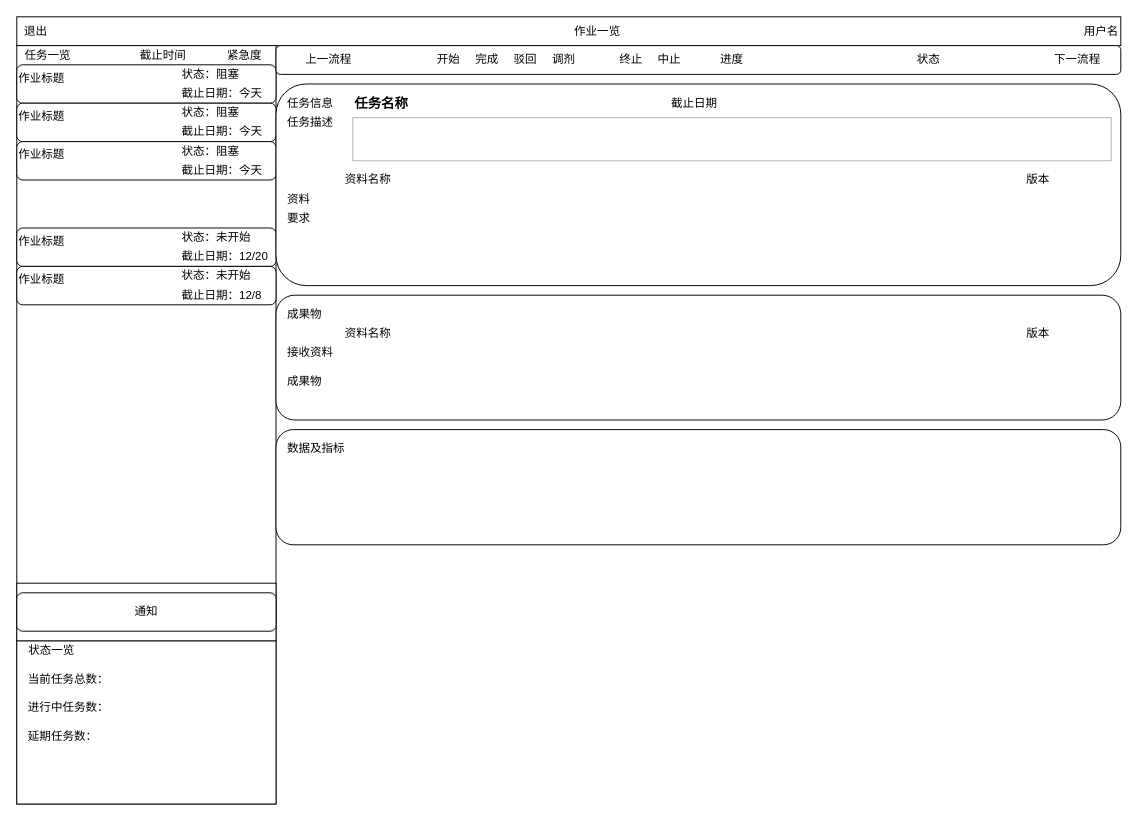
This is page "user-projects" (22 of 22) of project-in-action/software-develop-management-system/doc/design/ui/sdms.drawio from callistoctopus/project-all-in-one, a draw.io file, before an edit. Source tidied: cells renumbered, new cells numbered last; positions are measured from the earlier drawing's top-left corner, leaving out a move shared by most shapes. Both pictures are drawn from the tidied source at 96%, with x=0, y=0 at pixel (16, 16).
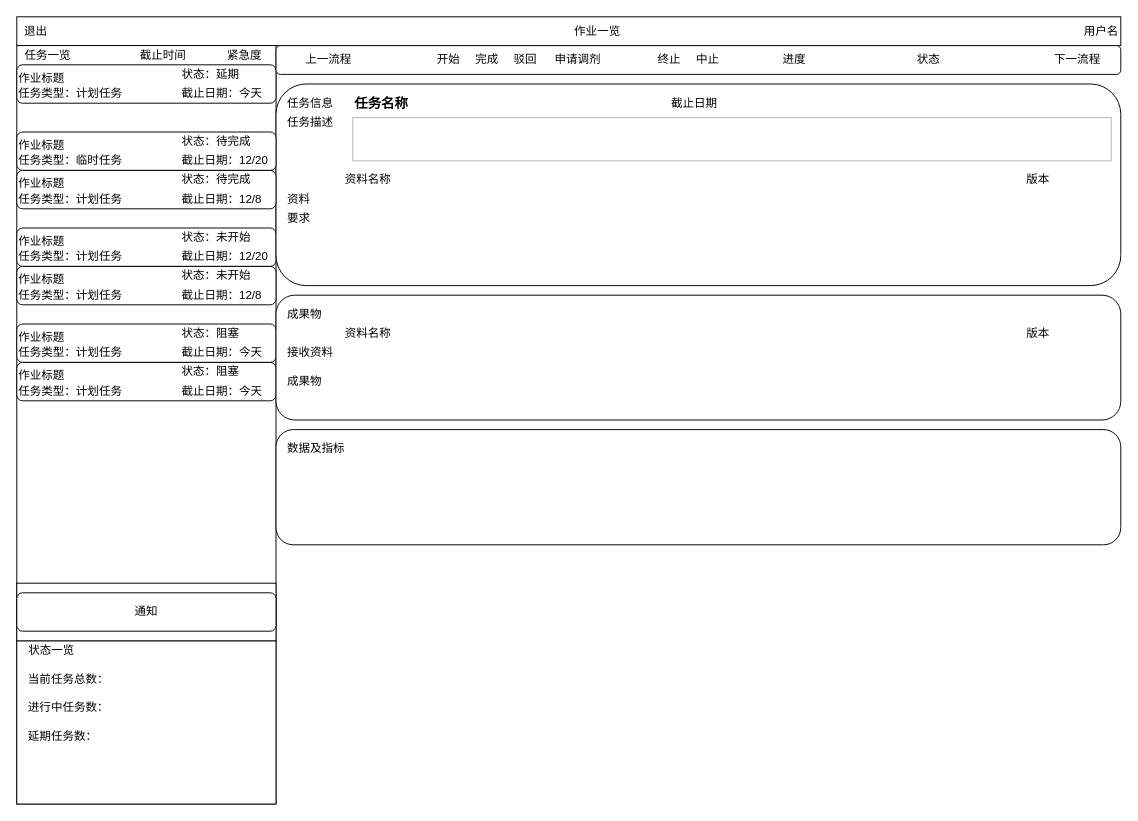
The same page after the edit.

What changed in the source:
```diff
@@
-    <mxCell id="9" value="状态：阻塞" style="text;html=1;strokeColor=none;fillColor=none;align=left;verticalAlign=middle;whiteSpace=wrap;rounded=0;" parent="1" vertex="1">
+    <mxCell id="9" value="状态：延期" style="text;html=1;strokeColor=none;fillColor=none;align=left;verticalAlign=middle;whiteSpace=wrap;rounded=0;" parent="1" vertex="1">
       <mxGeometry x="170" y="50" width="100" height="20" as="geometry" />
     </mxCell>
@@
     <mxCell id="11" style="rounded=1;whiteSpace=wrap;html=1;" parent="1" vertex="1">
-      <mxGeometry y="90" width="270" height="40" as="geometry" />
+      <mxGeometry y="320" width="270" height="40" as="geometry" />
     </mxCell>
     <mxCell id="12" value="截止日期：今天" style="text;html=1;strokeColor=none;fillColor=none;align=left;verticalAlign=middle;whiteSpace=wrap;rounded=0;" parent="1" vertex="1">
-      <mxGeometry x="170" y="110" width="100" height="20" as="geometry" />
+      <mxGeometry x="170" y="340" width="100" height="20" as="geometry" />
     </mxCell>
     <mxCell id="13" value="状态：阻塞" style="text;html=1;strokeColor=none;fillColor=none;align=left;verticalAlign=middle;whiteSpace=wrap;rounded=0;" parent="1" vertex="1">
-      <mxGeometry x="170" y="90" width="100" height="20" as="geometry" />
+      <mxGeometry x="170" y="320" width="100" height="20" as="geometry" />
     </mxCell>
     <mxCell id="14" value="作业标题" style="text;html=1;strokeColor=none;fillColor=none;align=left;verticalAlign=top;whiteSpace=wrap;rounded=0;" parent="1" vertex="1">
-      <mxGeometry y="90" width="160" height="40" as="geometry" />
+      <mxGeometry y="320" width="160" height="40" as="geometry" />
     </mxCell>
     <mxCell id="15" style="rounded=1;whiteSpace=wrap;html=1;" parent="1" vertex="1">
-      <mxGeometry y="130" width="270" height="40" as="geometry" />
+      <mxGeometry y="360" width="270" height="40" as="geometry" />
     </mxCell>
     <mxCell id="16" value="截止日期：今天" style="text;html=1;strokeColor=none;fillColor=none;align=left;verticalAlign=middle;whiteSpace=wrap;rounded=0;" parent="1" vertex="1">
-      <mxGeometry x="170" y="150" width="100" height="20" as="geometry" />
+      <mxGeometry x="170" y="380" width="100" height="20" as="geometry" />
     </mxCell>
     <mxCell id="17" value="状态：阻塞" style="text;html=1;strokeColor=none;fillColor=none;align=left;verticalAlign=middle;whiteSpace=wrap;rounded=0;" parent="1" vertex="1">
-      <mxGeometry x="170" y="130" width="100" height="20" as="geometry" />
+      <mxGeometry x="170" y="360" width="100" height="20" as="geometry" />
     </mxCell>
     <mxCell id="18" value="作业标题" style="text;html=1;strokeColor=none;fillColor=none;align=left;verticalAlign=top;whiteSpace=wrap;rounded=0;" parent="1" vertex="1">
-      <mxGeometry y="130" width="160" height="40" as="geometry" />
+      <mxGeometry y="360" width="160" height="40" as="geometry" />
     </mxCell>
@@
-    <mxCell id="33" value="调剂" style="text;html=1;strokeColor=none;fillColor=none;align=center;verticalAlign=middle;whiteSpace=wrap;rounded=0;" parent="1" vertex="1">
-      <mxGeometry x="555" y="35" width="30" height="20" as="geometry" />
+    <mxCell id="33" value="申请调剂" style="text;html=1;strokeColor=none;fillColor=none;align=center;verticalAlign=middle;whiteSpace=wrap;rounded=0;" parent="1" vertex="1">
+      <mxGeometry x="559.2" y="35" width="50.5" height="20" as="geometry" />
     </mxCell>
@@
     <mxCell id="42" value="终止" style="text;html=1;strokeColor=none;fillColor=none;align=center;verticalAlign=middle;whiteSpace=wrap;rounded=0;" parent="1" vertex="1">
-      <mxGeometry x="620" y="35" width="40" height="20" as="geometry" />
+      <mxGeometry x="660" y="35" width="40" height="20" as="geometry" />
     </mxCell>
     <mxCell id="43" value="中止" style="text;html=1;strokeColor=none;fillColor=none;align=center;verticalAlign=middle;whiteSpace=wrap;rounded=0;" parent="1" vertex="1">
-      <mxGeometry x="660" y="35" width="40" height="20" as="geometry" />
+      <mxGeometry x="700" y="35" width="40" height="20" as="geometry" />
     </mxCell>
@@
     <mxCell id="46" value="进度" style="text;html=1;strokeColor=none;fillColor=none;align=center;verticalAlign=middle;whiteSpace=wrap;rounded=0;" parent="1" vertex="1">
-      <mxGeometry x="725" y="35" width="40" height="20" as="geometry" />
+      <mxGeometry x="790" y="35" width="40" height="20" as="geometry" />
     </mxCell>
@@
+    <mxCell id="67" style="rounded=1;whiteSpace=wrap;html=1;" parent="1" vertex="1">
+      <mxGeometry y="120" width="270" height="40" as="geometry" />
+    </mxCell>
+    <mxCell id="68" value="截止日期：12/20" style="text;html=1;strokeColor=none;fillColor=none;align=left;verticalAlign=middle;whiteSpace=wrap;rounded=0;" parent="1" vertex="1">
+      <mxGeometry x="170" y="140" width="100" height="20" as="geometry" />
+    </mxCell>
+    <mxCell id="69" value="状态：待完成" style="text;html=1;strokeColor=none;fillColor=none;align=left;verticalAlign=middle;whiteSpace=wrap;rounded=0;" parent="1" vertex="1">
+      <mxGeometry x="170" y="120" width="100" height="20" as="geometry" />
+    </mxCell>
+    <mxCell id="70" value="作业标题" style="text;html=1;strokeColor=none;fillColor=none;align=left;verticalAlign=top;whiteSpace=wrap;rounded=0;" parent="1" vertex="1">
+      <mxGeometry y="120" width="160" height="40" as="geometry" />
+    </mxCell>
+    <mxCell id="71" style="rounded=1;whiteSpace=wrap;html=1;" parent="1" vertex="1">
+      <mxGeometry y="160" width="270" height="40" as="geometry" />
+    </mxCell>
+    <mxCell id="72" value="截止日期：12/8" style="text;html=1;strokeColor=none;fillColor=none;align=left;verticalAlign=middle;whiteSpace=wrap;rounded=0;" parent="1" vertex="1">
+      <mxGeometry x="170" y="180" width="100" height="20" as="geometry" />
+    </mxCell>
+    <mxCell id="73" value="状态：待完成" style="text;html=1;strokeColor=none;fillColor=none;align=left;verticalAlign=middle;whiteSpace=wrap;rounded=0;" parent="1" vertex="1">
+      <mxGeometry x="170" y="160" width="100" height="20" as="geometry" />
+    </mxCell>
+    <mxCell id="74" value="作业标题" style="text;html=1;strokeColor=none;fillColor=none;align=left;verticalAlign=top;whiteSpace=wrap;rounded=0;" parent="1" vertex="1">
+      <mxGeometry y="160" width="160" height="40" as="geometry" />
+    </mxCell>
+    <mxCell id="75" value="任务类型：计划任务" style="text;html=1;strokeColor=none;fillColor=none;align=left;verticalAlign=middle;whiteSpace=wrap;rounded=0;" parent="1" vertex="1">
+      <mxGeometry y="70" width="120" height="20" as="geometry" />
+    </mxCell>
+    <mxCell id="76" value="任务类型：临时任务" style="text;html=1;strokeColor=none;fillColor=none;align=left;verticalAlign=middle;whiteSpace=wrap;rounded=0;" parent="1" vertex="1">
+      <mxGeometry y="140" width="120" height="20" as="geometry" />
+    </mxCell>
+    <mxCell id="77" value="任务类型：计划任务" style="text;html=1;strokeColor=none;fillColor=none;align=left;verticalAlign=middle;whiteSpace=wrap;rounded=0;" parent="1" vertex="1">
+      <mxGeometry y="180" width="120" height="20" as="geometry" />
+    </mxCell>
+    <mxCell id="78" value="任务类型：计划任务" style="text;html=1;strokeColor=none;fillColor=none;align=left;verticalAlign=middle;whiteSpace=wrap;rounded=0;" parent="1" vertex="1">
+      <mxGeometry y="240" width="120" height="20" as="geometry" />
+    </mxCell>
+    <mxCell id="79" value="任务类型：计划任务" style="text;html=1;strokeColor=none;fillColor=none;align=left;verticalAlign=middle;whiteSpace=wrap;rounded=0;" parent="1" vertex="1">
+      <mxGeometry y="280" width="120" height="20" as="geometry" />
+    </mxCell>
+    <mxCell id="80" value="任务类型：计划任务" style="text;html=1;strokeColor=none;fillColor=none;align=left;verticalAlign=middle;whiteSpace=wrap;rounded=0;" parent="1" vertex="1">
+      <mxGeometry y="340" width="120" height="20" as="geometry" />
+    </mxCell>
+    <mxCell id="81" value="任务类型：计划任务" style="text;html=1;strokeColor=none;fillColor=none;align=left;verticalAlign=middle;whiteSpace=wrap;rounded=0;" parent="1" vertex="1">
+      <mxGeometry y="380" width="120" height="20" as="geometry" />
+    </mxCell>
```
